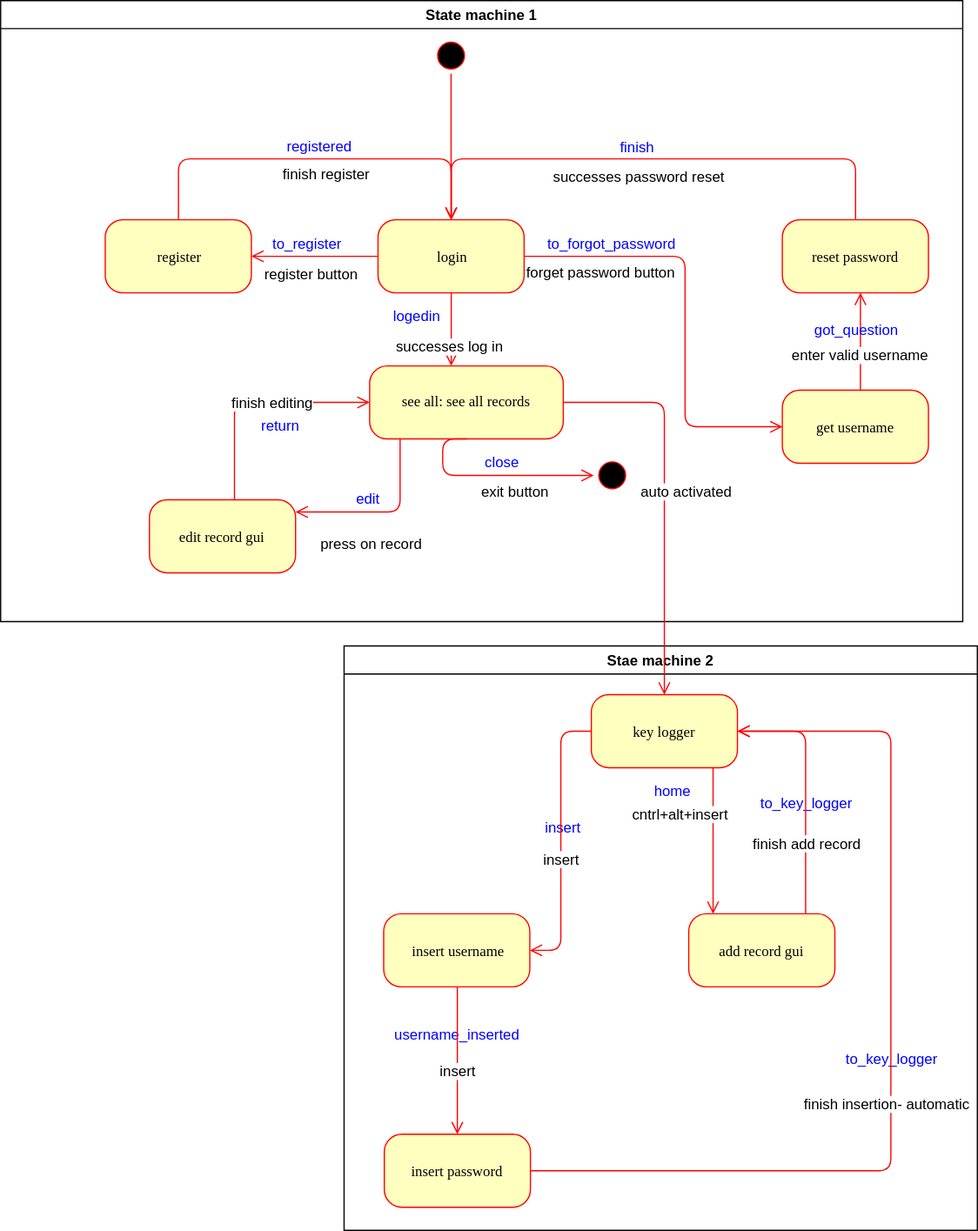
The draw.io diagram Documents/client state machine.svg in adibl/password_saver, before a commit. Source tidied: cells renumbered, new cells last; positions are measured from the earlier drawing's top-left corner, leaving out a move shared by most shapes.
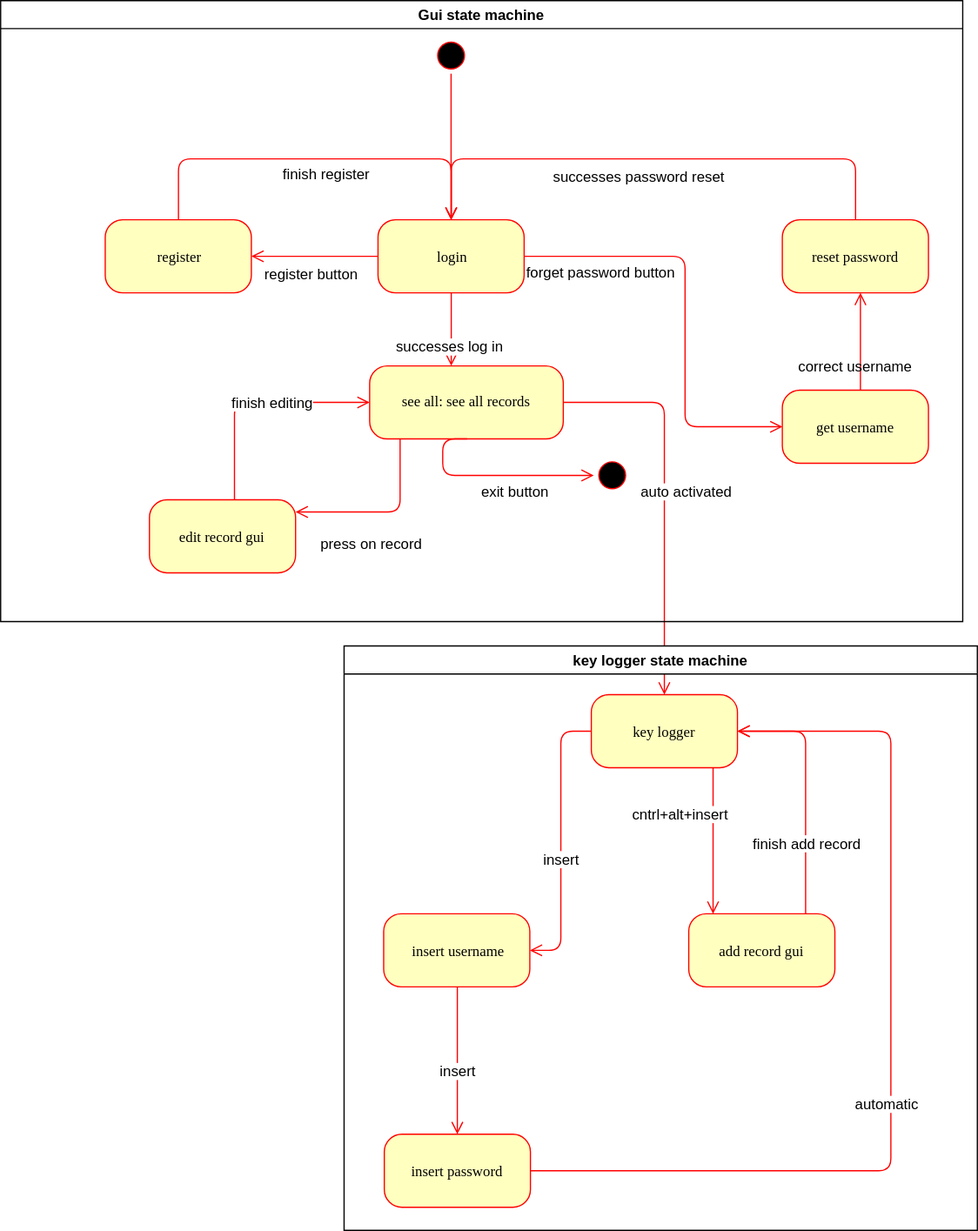
After the commit.

Commit message:
client sm apdate due to general scema

Change to the diagram source:
```diff
@@ -1,66 +1,6 @@
 <mxGraphModel background="#ffffff">
   <root>
     <mxCell id="0" />
-    <mxCell id="1" value="transfers names" parent="0" />
-    <mxCell id="2" value="close" style="text;strokeColor=none;fillColor=none;align=center;verticalAlign=middle;rounded=0;fontColor=#0000FF;" parent="1" vertex="1">
-      <mxGeometry x="392" y="370" width="40" height="20" as="geometry" />
-    </mxCell>
-    <mxCell id="3" value="username_inserted" style="text;strokeColor=none;fillColor=none;align=center;verticalAlign=middle;rounded=0;fontColor=#0000FF;" parent="1" vertex="1">
-      <mxGeometry x="355" y="840" width="40" height="20" as="geometry" />
-    </mxCell>
-    <mxCell id="4" value="to_key_logger" style="text;strokeColor=none;fillColor=none;align=center;verticalAlign=middle;rounded=0;fontColor=#0000FF;" parent="1" vertex="1">
-      <mxGeometry x="712" y="860" width="40" height="20" as="geometry" />
-    </mxCell>
-    <mxCell id="5" value="to_key_logger" style="text;strokeColor=none;fillColor=none;align=center;verticalAlign=middle;rounded=0;fontColor=#0000FF;" parent="1" vertex="1">
-      <mxGeometry x="642" y="650" width="40" height="20" as="geometry" />
-    </mxCell>
-    <mxCell id="6" value="home" style="text;strokeColor=none;fillColor=none;align=center;verticalAlign=middle;rounded=0;fontColor=#0000FF;" parent="1" vertex="1">
-      <mxGeometry x="532" y="640" width="40" height="20" as="geometry" />
-    </mxCell>
-    <mxCell id="7" value="to_register" style="text;strokeColor=none;fillColor=none;align=center;verticalAlign=middle;rounded=0;fontColor=#0000FF;" parent="1" vertex="1">
-      <mxGeometry x="232" y="190" width="40" height="20" as="geometry" />
-    </mxCell>
-    <mxCell id="8" value="registered" style="text;strokeColor=none;fillColor=none;align=center;verticalAlign=middle;rounded=0;fontColor=#0000FF;" parent="1" vertex="1">
-      <mxGeometry x="242" y="110" width="40" height="20" as="geometry" />
-    </mxCell>
-    <mxCell id="9" value="finish" style="text;html=1;strokeColor=none;fillColor=none;align=center;verticalAlign=middle;whiteSpace=wrap;rounded=0;fontColor=#0000FF;" parent="1" vertex="1">
-      <mxGeometry x="502" y="110" width="40" height="20" as="geometry" />
-    </mxCell>
-    <mxCell id="10" value="to_forgot_password" style="text;strokeColor=none;fillColor=none;align=center;verticalAlign=middle;rounded=0;fontColor=#0000FF;" parent="1" vertex="1">
-      <mxGeometry x="442" y="190" width="120" height="20" as="geometry" />
-    </mxCell>
-    <mxCell id="11" value="edit" style="text;strokeColor=none;fillColor=none;align=center;verticalAlign=middle;rounded=0;fontColor=#0000FF;" parent="1" vertex="1">
-      <mxGeometry x="282" y="400" width="40" height="20" as="geometry" />
-    </mxCell>
-    <mxCell id="12" value="insert" style="text;strokeColor=none;fillColor=none;align=center;verticalAlign=middle;rounded=0;fontColor=#0000FF;" parent="1" vertex="1">
-      <mxGeometry x="442" y="670" width="40" height="20" as="geometry" />
-    </mxCell>
-    <mxCell id="13" value="Stae machine 2" style="swimlane;html=0;" parent="1" vertex="1">
-      <mxGeometry x="282" y="530" width="520" height="480" as="geometry" />
-    </mxCell>
-    <mxCell id="14" value="State machine 1" style="swimlane;html=0;" parent="1" vertex="1">
-      <mxGeometry width="790" height="510" as="geometry" />
-    </mxCell>
-    <mxCell id="15" value="return" style="text;strokeColor=none;fillColor=none;align=center;verticalAlign=middle;rounded=0;fontColor=#0000FF;" parent="14" vertex="1">
-      <mxGeometry x="210" y="340" width="40" height="20" as="geometry" />
-    </mxCell>
-    <mxCell id="16" style="edgeStyle=orthogonalEdgeStyle;html=1;labelBackgroundColor=none;endArrow=open;endSize=8;strokeColor=#ff0000;fontFamily=Verdana;fontSize=12;align=left;" parent="14" edge="1" source="24" target="23">
-      <mxGeometry relative="1" as="geometry">
-        <Array as="points">
-          <mxPoint x="706" y="260" />
-          <mxPoint x="706" y="260" />
-        </Array>
-      </mxGeometry>
-    </mxCell>
-    <mxCell id="17" value="enter valid username" style="text;html=1;align=center;verticalAlign=top;labelBackgroundColor=#ffffff;" parent="16" vertex="1">
-      <mxGeometry x="0.06" y="1" relative="1" as="geometry" />
-    </mxCell>
-    <mxCell id="18" value="got_question" style="text;html=1;strokeColor=none;fillColor=none;align=center;verticalAlign=middle;whiteSpace=wrap;rounded=0;fontColor=#0000FF;" parent="14" vertex="1">
-      <mxGeometry x="682" y="260" width="40" height="20" as="geometry" />
-    </mxCell>
-    <mxCell id="19" value="logedin" style="text;strokeColor=none;fillColor=none;align=center;verticalAlign=middle;rounded=0;fontColor=#0000FF;" parent="14" vertex="1">
-      <mxGeometry x="322" y="250" width="40" height="20" as="geometry" />
-    </mxCell>
     <mxCell id="20" parent="0" />
     <mxCell id="21" value="v" style="ellipse;html=1;shape=startState;fillColor=#000000;strokeColor=#ff0000;rounded=1;shadow=0;comic=0;labelBackgroundColor=none;fontFamily=Verdana;fontSize=12;fontColor=#000000;align=center;direction=south;" parent="20" vertex="1">
       <mxGeometry x="354.9" y="30" width="30" height="30" as="geometry" />
@@ -122,7 +62,7 @@
         </Array>
       </mxGeometry>
     </mxCell>
-    <mxCell id="38" value="finish insertion- automatic" style="text;html=1;align=center;verticalAlign=middle;labelBackgroundColor=#ffffff;" parent="37" vertex="1">
+    <mxCell id="38" value="automatic" style="text;html=1;align=center;verticalAlign=middle;labelBackgroundColor=#ffffff;" parent="37" vertex="1">
       <mxGeometry x="-0.1" y="4" relative="1" as="geometry" />
     </mxCell>
     <mxCell id="39" value="insert password" style="rounded=1;whiteSpace=wrap;html=1;arcSize=24;fillColor=#ffffc0;strokeColor=#ff0000;shadow=0;comic=0;labelBackgroundColor=none;fontFamily=Verdana;fontSize=12;fontColor=#000000;align=center;" parent="20" vertex="1">
@@ -239,5 +179,22 @@
         <mxPoint x="60" y="-3" as="offset" />
       </mxGeometry>
     </mxCell>
+    <mxCell id="16" style="edgeStyle=orthogonalEdgeStyle;html=1;labelBackgroundColor=none;endArrow=open;endSize=8;strokeColor=#ff0000;fontFamily=Verdana;fontSize=12;align=left;" parent="20" edge="1" source="24" target="23">
+      <mxGeometry relative="1" as="geometry">
+        <Array as="points">
+          <mxPoint x="706" y="260" />
+          <mxPoint x="706" y="260" />
+        </Array>
+      </mxGeometry>
+    </mxCell>
+    <mxCell id="62" value="correct username" style="text;html=1;strokeColor=none;fillColor=none;align=center;verticalAlign=middle;whiteSpace=wrap;rounded=0;" parent="20" vertex="1">
+      <mxGeometry x="648" y="290" width="108" height="20" as="geometry" />
+    </mxCell>
+    <mxCell id="14" value="Gui state machine" style="swimlane;html=0;" parent="20" vertex="1">
+      <mxGeometry width="790" height="510" as="geometry" />
+    </mxCell>
+    <mxCell id="13" value="key logger state machine" style="swimlane;html=0;" parent="20" vertex="1">
+      <mxGeometry x="282" y="530" width="520" height="480" as="geometry" />
+    </mxCell>
   </root>
 </mxGraphModel>
```
